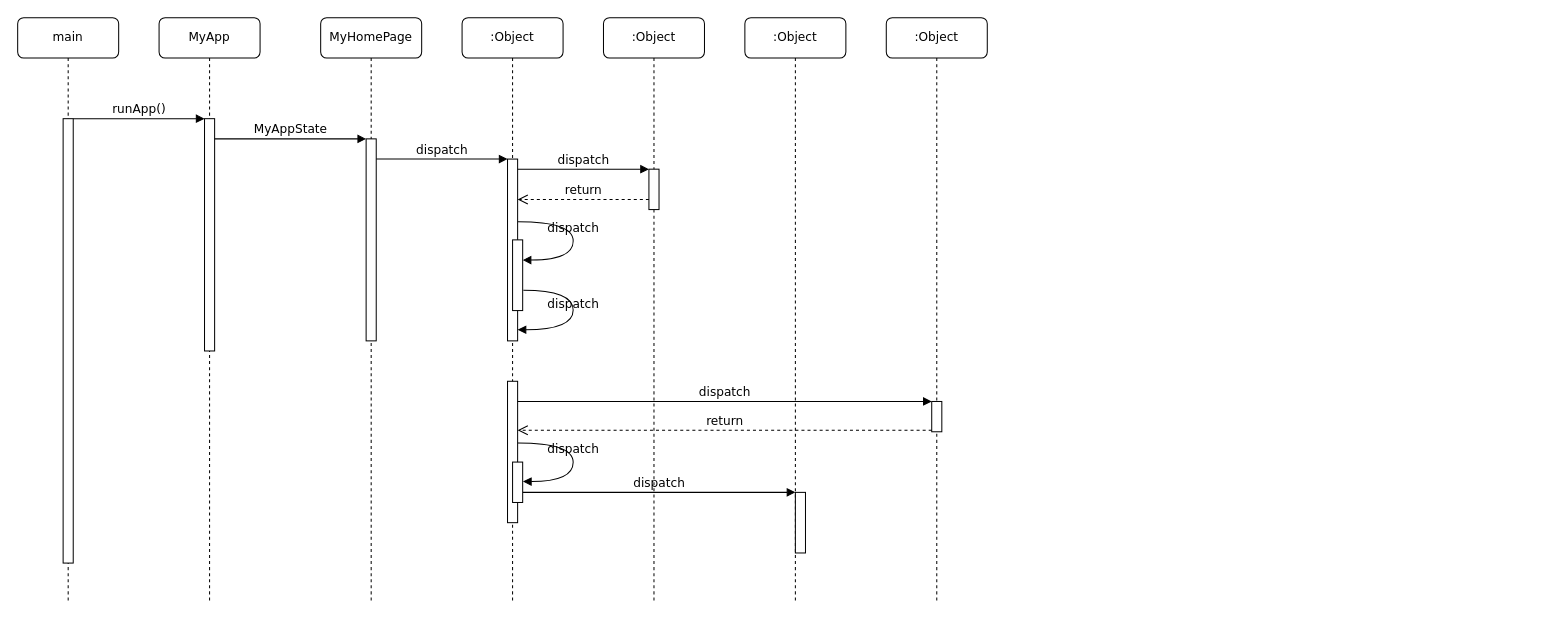
Earlier version of the draw.io diagram Untitled Diagram.drawio (Luppass/Hack_cheatsheet). Source tidied: cells renumbered, new cells numbered last; positions are measured from the earlier drawing's top-left corner, leaving out a move shared by most shapes. Both pictures are drawn from the tidied source at 101%, with x=0, y=0 at pixel (17, 17).
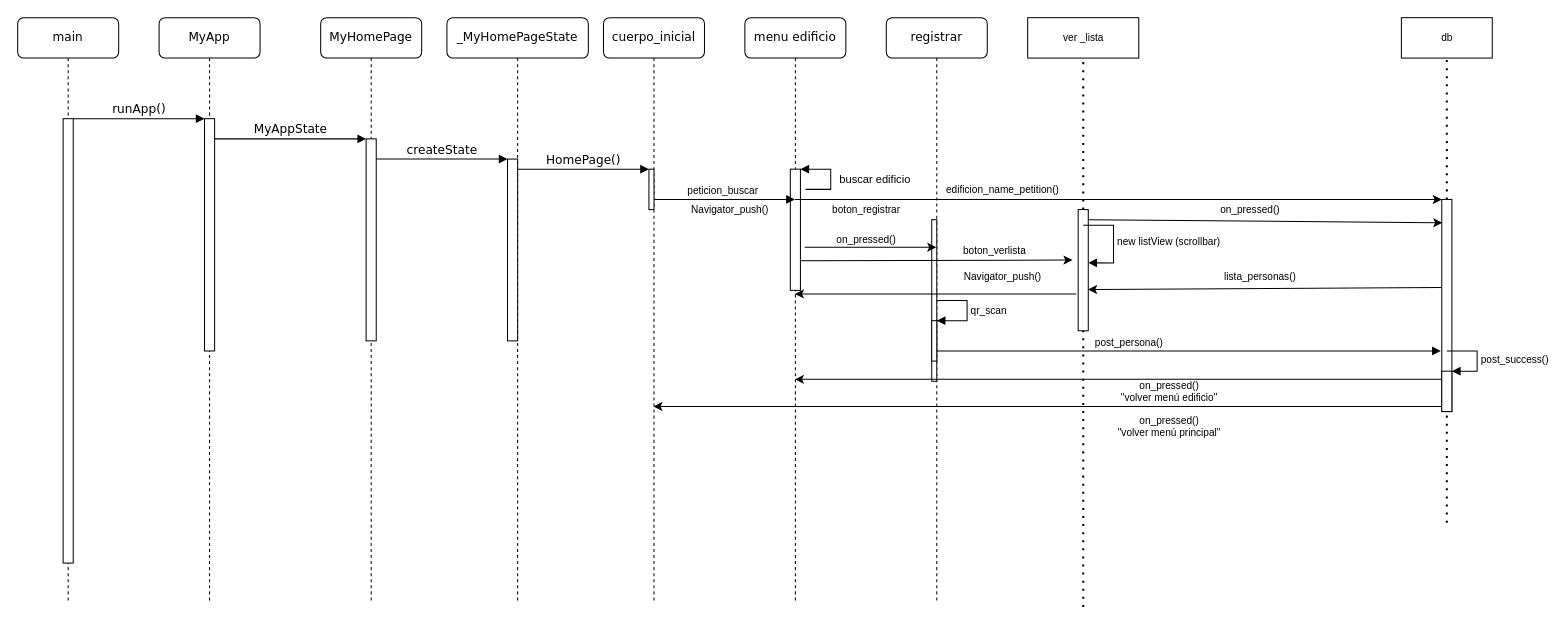
Above is the later version.

Unchanged cells that the change refers to:
```xml
<mxCell id="5" style="html=1;points=[];perimeter=orthogonalPerimeter;rounded=0;shadow=0;comic=0;labelBackgroundColor=none;strokeWidth=1;fontFamily=Verdana;fontSize=12;align=center;" parent="4" vertex="1">
  <mxGeometry x="45" y="120" width="10" height="200" as="geometry" />
</mxCell>
<mxCell id="12" style="html=1;points=[];perimeter=orthogonalPerimeter;rounded=0;shadow=0;comic=0;labelBackgroundColor=none;strokeWidth=1;fontFamily=Verdana;fontSize=12;align=center;" parent="1" vertex="1">
  <mxGeometry x="485" y="140" width="10" height="180" as="geometry" />
</mxCell>
```

Change to the diagram source:
```diff
@@
+    <mxCell id="8" value="menu edificio" style="shape=umlLifeline;perimeter=lifelinePerimeter;whiteSpace=wrap;html=1;outlineConnect=0;rounded=1;shadow=0;comic=0;labelBackgroundColor=none;strokeWidth=1;fontFamily=Verdana;fontSize=12;align=center;verticalAlign=middle;size=40;" parent="1" vertex="1">
+      <mxGeometry x="720" width="100" height="580" as="geometry" />
+    </mxCell>
+    <mxCell id="30" style="html=1;points=[];perimeter=orthogonalPerimeter;rounded=0;sketch=0;" parent="8" vertex="1">
+      <mxGeometry x="45" y="150" width="10" height="120" as="geometry" />
+    </mxCell>
+    <mxCell id="31" value="buscar edificio" style="edgeStyle=orthogonalEdgeStyle;html=1;align=left;spacingLeft=2;endArrow=block;rounded=0;entryX=1;entryY=0;sketch=0;curved=0;" parent="8" edge="1" target="30">
+      <mxGeometry x="-0.07" y="-5" relative="1" as="geometry">
+        <mxPoint x="60" y="170" as="sourcePoint" />
+        <Array as="points">
+          <mxPoint x="85" y="170" />
+        </Array>
+      </mxGeometry>
+    </mxCell>
@@
-    <mxCell id="6" value=":Object" style="shape=umlLifeline;perimeter=lifelinePerimeter;whiteSpace=wrap;html=1;rounded=1;shadow=0;comic=0;labelBackgroundColor=none;strokeWidth=1;fontFamily=Verdana;fontSize=12;align=center;" parent="1" vertex="1">
-      <mxGeometry x="440" width="100" height="580" as="geometry" />
+    <mxCell id="6" value="_MyHomePageState" style="shape=umlLifeline;perimeter=lifelinePerimeter;whiteSpace=wrap;html=1;rounded=1;shadow=0;comic=0;labelBackgroundColor=none;strokeWidth=1;fontFamily=Verdana;fontSize=12;align=center;" parent="1" vertex="1">
+      <mxGeometry x="425" width="140" height="580" as="geometry" />
     </mxCell>
-    <mxCell id="7" value=":Object" style="shape=umlLifeline;perimeter=lifelinePerimeter;whiteSpace=wrap;html=1;outlineConnect=0;rounded=1;shadow=0;comic=0;labelBackgroundColor=none;strokeWidth=1;fontFamily=Verdana;fontSize=12;align=center;" parent="1" vertex="1">
+    <mxCell id="7" value="cuerpo_inicial" style="shape=umlLifeline;perimeter=lifelinePerimeter;whiteSpace=wrap;html=1;outlineConnect=0;rounded=1;shadow=0;comic=0;labelBackgroundColor=none;strokeWidth=1;fontFamily=Verdana;fontSize=12;align=center;" parent="1" vertex="1">
       <mxGeometry x="580" width="100" height="580" as="geometry" />
     </mxCell>
-    <mxCell id="8" value=":Object" style="shape=umlLifeline;perimeter=lifelinePerimeter;whiteSpace=wrap;html=1;outlineConnect=0;rounded=1;shadow=0;comic=0;labelBackgroundColor=none;strokeWidth=1;fontFamily=Verdana;fontSize=12;align=center;" parent="1" vertex="1">
-      <mxGeometry x="720" width="100" height="580" as="geometry" />
-    </mxCell>
-    <mxCell id="9" value=":Object" style="shape=umlLifeline;perimeter=lifelinePerimeter;whiteSpace=wrap;html=1;outlineConnect=0;rounded=1;shadow=0;comic=0;labelBackgroundColor=none;strokeWidth=1;fontFamily=Verdana;fontSize=12;align=center;" parent="1" vertex="1">
+    <mxCell id="9" value="registrar" style="shape=umlLifeline;perimeter=lifelinePerimeter;whiteSpace=wrap;html=1;outlineConnect=0;rounded=1;shadow=0;comic=0;labelBackgroundColor=none;strokeWidth=1;fontFamily=Verdana;fontSize=12;align=center;" parent="1" vertex="1">
       <mxGeometry x="860" width="100" height="580" as="geometry" />
     </mxCell>
+    <mxCell id="32" style="rounded=0;whiteSpace=wrap;html=1;sketch=0;fontSize=10;" parent="9" vertex="1">
+      <mxGeometry x="45" y="200" width="5" height="160" as="geometry" />
+    </mxCell>
+    <mxCell id="33" style="html=1;points=[];perimeter=orthogonalPerimeter;rounded=0;sketch=0;fontSize=10;" parent="9" vertex="1">
+      <mxGeometry x="45" y="300" width="5" height="40" as="geometry" />
+    </mxCell>
+    <mxCell id="34" value="qr_scan" style="edgeStyle=orthogonalEdgeStyle;html=1;align=left;spacingLeft=2;endArrow=block;rounded=0;entryX=1;entryY=0;sketch=0;fontSize=10;curved=0;" parent="9" edge="1" target="33">
+      <mxGeometry relative="1" as="geometry">
+        <mxPoint x="50" y="280" as="sourcePoint" />
+        <Array as="points">
+          <mxPoint x="80" y="280" />
+        </Array>
+      </mxGeometry>
+    </mxCell>
@@
-    <mxCell id="13" value="dispatch" style="html=1;verticalAlign=bottom;endArrow=block;labelBackgroundColor=none;fontFamily=Verdana;fontSize=12;edgeStyle=elbowEdgeStyle;elbow=vertical;" parent="1" edge="1" source="5" target="12">
+    <mxCell id="13" value="createState" style="html=1;verticalAlign=bottom;endArrow=block;labelBackgroundColor=none;fontFamily=Verdana;fontSize=12;edgeStyle=elbowEdgeStyle;elbow=vertical;" parent="1" edge="1" source="5" target="12">
       <mxGeometry relative="1" as="geometry">
         <Array as="points">
           <mxPoint x="360" y="140" />
         </Array>
       </mxGeometry>
     </mxCell>
     <mxCell id="14" style="html=1;points=[];perimeter=orthogonalPerimeter;rounded=0;shadow=0;comic=0;labelBackgroundColor=none;strokeWidth=1;fontFamily=Verdana;fontSize=12;align=center;" parent="1" vertex="1">
-      <mxGeometry x="625" y="150" width="10" height="40" as="geometry" />
+      <mxGeometry x="625" y="150" width="5" height="40" as="geometry" />
     </mxCell>
-    <mxCell id="15" value="dispatch" style="html=1;verticalAlign=bottom;endArrow=block;entryX=0;entryY=0;labelBackgroundColor=none;fontFamily=Verdana;fontSize=12;edgeStyle=elbowEdgeStyle;elbow=vertical;" parent="1" edge="1" source="12" target="14">
+    <mxCell id="15" value="HomePage()" style="html=1;verticalAlign=bottom;endArrow=block;entryX=0;entryY=0;labelBackgroundColor=none;fontFamily=Verdana;fontSize=12;edgeStyle=elbowEdgeStyle;elbow=vertical;" parent="1" edge="1" source="12" target="14">
       <mxGeometry relative="1" as="geometry" />
     </mxCell>
-    <mxCell id="16" value="return" style="html=1;verticalAlign=bottom;endArrow=open;dashed=1;endSize=8;labelBackgroundColor=none;fontFamily=Verdana;fontSize=12;edgeStyle=elbowEdgeStyle;elbow=vertical;" parent="1" edge="1" source="14" target="12">
-      <mxGeometry relative="1" as="geometry">
-        <Array as="points">
-          <mxPoint x="570" y="180" />
-          <mxPoint x="600" y="180" />
-        </Array>
-      </mxGeometry>
-    </mxCell>
-    <mxCell id="17" style="html=1;points=[];perimeter=orthogonalPerimeter;rounded=0;shadow=0;comic=0;labelBackgroundColor=none;strokeWidth=1;fontFamily=Verdana;fontSize=12;align=center;" parent="1" vertex="1">
-      <mxGeometry x="485" y="360" width="10" height="140" as="geometry" />
-    </mxCell>
-    <mxCell id="18" style="html=1;points=[];perimeter=orthogonalPerimeter;rounded=0;shadow=0;comic=0;labelBackgroundColor=none;strokeColor=#000000;strokeWidth=1;fillColor=#FFFFFF;fontFamily=Verdana;fontSize=12;fontColor=#000000;align=center;" parent="1" vertex="1">
-      <mxGeometry x="905" y="380" width="10" height="30" as="geometry" />
-    </mxCell>
-    <mxCell id="19" value="dispatch" style="html=1;verticalAlign=bottom;endArrow=block;entryX=0;entryY=0;labelBackgroundColor=none;fontFamily=Verdana;fontSize=12;" parent="1" edge="1" source="17" target="18">
-      <mxGeometry relative="1" as="geometry" />
-    </mxCell>
-    <mxCell id="20" value="return" style="html=1;verticalAlign=bottom;endArrow=open;dashed=1;endSize=8;exitX=0;exitY=0.95;labelBackgroundColor=none;fontFamily=Verdana;fontSize=12;" parent="1" edge="1" source="18" target="17">
-      <mxGeometry relative="1" as="geometry" />
-    </mxCell>
-    <mxCell id="21" style="html=1;points=[];perimeter=orthogonalPerimeter;rounded=0;shadow=0;comic=0;labelBackgroundColor=none;strokeWidth=1;fontFamily=Verdana;fontSize=12;align=center;" parent="1" vertex="1">
-      <mxGeometry x="770" y="470" width="10" height="60" as="geometry" />
-    </mxCell>
-    <mxCell id="22" value="dispatch" style="html=1;verticalAlign=bottom;endArrow=block;entryX=0;entryY=0;labelBackgroundColor=none;fontFamily=Verdana;fontSize=12;edgeStyle=elbowEdgeStyle;elbow=vertical;" parent="1" edge="1" source="28" target="21">
-      <mxGeometry relative="1" as="geometry" />
-    </mxCell>
@@
-    <mxCell id="25" style="html=1;points=[];perimeter=orthogonalPerimeter;rounded=0;shadow=0;comic=0;labelBackgroundColor=none;strokeWidth=1;fontFamily=Verdana;fontSize=12;align=center;" parent="1" vertex="1">
-      <mxGeometry x="490" y="220" width="10" height="70" as="geometry" />
-    </mxCell>
-    <mxCell id="26" value="dispatch" style="html=1;verticalAlign=bottom;endArrow=block;labelBackgroundColor=none;fontFamily=Verdana;fontSize=12;elbow=vertical;edgeStyle=orthogonalEdgeStyle;curved=1;entryX=1;entryY=0.286;entryPerimeter=0;exitX=1.038;exitY=0.345;exitPerimeter=0;" parent="1" edge="1" source="12" target="25">
-      <mxGeometry relative="1" as="geometry">
-        <Array as="points">
-          <mxPoint x="550" y="202" />
-          <mxPoint x="550" y="240" />
-        </Array>
-      </mxGeometry>
-    </mxCell>
-    <mxCell id="27" value="dispatch" style="html=1;verticalAlign=bottom;endArrow=block;labelBackgroundColor=none;fontFamily=Verdana;fontSize=12;elbow=vertical;edgeStyle=orthogonalEdgeStyle;curved=1;exitX=1.066;exitY=0.713;exitPerimeter=0;" parent="1" edge="1" source="25">
-      <mxGeometry relative="1" as="geometry">
-        <mxPoint x="495" y="309" as="targetPoint" />
-        <Array as="points">
-          <mxPoint x="550" y="270" />
-          <mxPoint x="550" y="309" />
-        </Array>
-      </mxGeometry>
-    </mxCell>
-    <mxCell id="28" style="html=1;points=[];perimeter=orthogonalPerimeter;rounded=0;shadow=0;comic=0;labelBackgroundColor=none;strokeWidth=1;fontFamily=Verdana;fontSize=12;align=center;" parent="1" vertex="1">
-      <mxGeometry x="490" y="440" width="10" height="40" as="geometry" />
-    </mxCell>
-    <mxCell id="29" value="dispatch" style="html=1;verticalAlign=bottom;endArrow=block;labelBackgroundColor=none;fontFamily=Verdana;fontSize=12;elbow=vertical;edgeStyle=orthogonalEdgeStyle;curved=1;entryX=1;entryY=0.286;entryPerimeter=0;exitX=1.038;exitY=0.345;exitPerimeter=0;" parent="1" edge="1">
-      <mxGeometry relative="1" as="geometry">
-        <mxPoint x="495.3" y="421" as="sourcePoint" />
-        <mxPoint x="500.3" y="459.3" as="targetPoint" />
-        <Array as="points">
-          <mxPoint x="550" y="421" />
-          <mxPoint x="550" y="459" />
-        </Array>
-      </mxGeometry>
-    </mxCell>
+    <mxCell id="35" style="html=1;verticalAlign=bottom;endArrow=block;labelBackgroundColor=none;fontFamily=Verdana;fontSize=12;edgeStyle=elbowEdgeStyle;elbow=vertical;" parent="1" edge="1" target="8">
+      <mxGeometry relative="1" as="geometry">
+        <mxPoint x="630" y="180" as="sourcePoint" />
+      </mxGeometry>
+    </mxCell>
+    <mxCell id="36" value="peticion_buscar" style="edgeLabel;html=1;align=center;verticalAlign=middle;fontSize=10;" parent="35" vertex="1">
+      <mxGeometry x="-0.04" y="3" relative="1" as="geometry">
+        <mxPoint y="-7" as="offset" />
+      </mxGeometry>
+    </mxCell>
+    <mxCell id="37" value="ver _lista" style="html=1;rounded=0;sketch=0;fontSize=10;" parent="1" vertex="1">
+      <mxGeometry x="1000" width="110" height="40" as="geometry" />
+    </mxCell>
+    <mxCell id="38" style="endArrow=none;dashed=1;html=1;dashPattern=1 3;strokeWidth=2;rounded=1;sketch=0;fontSize=10;curved=0;entryX=0.5;entryY=1;entryDx=0;entryDy=0;startArrow=none;" parent="1" edge="1" source="43" target="37">
+      <mxGeometry relative="1" as="geometry" />
+    </mxCell>
+    <mxCell id="39" style="endArrow=classic;html=1;rounded=1;sketch=0;fontSize=10;curved=0;exitX=1.42;exitY=0.644;exitDx=0;exitDy=0;exitPerimeter=0;" parent="1" edge="1" source="30" target="9">
+      <mxGeometry relative="1" as="geometry" />
+    </mxCell>
+    <mxCell id="40" value="boton_registrar" style="text;html=1;align=center;verticalAlign=middle;strokeColor=none;fillColor=none;fontSize=10;" parent="1" vertex="1">
+      <mxGeometry x="800" y="180" width="80" height="20" as="geometry" />
+    </mxCell>
+    <mxCell id="41" style="endArrow=classic;html=1;rounded=1;sketch=0;fontSize=10;curved=0;exitX=1.26;exitY=0.991;exitDx=0;exitDy=0;exitPerimeter=0;entryX=-0.35;entryY=0.404;entryDx=0;entryDy=0;entryPerimeter=0;" parent="1" edge="1">
+      <mxGeometry relative="1" as="geometry">
+        <mxPoint x="775.5" y="240.7" as="sourcePoint" />
+        <mxPoint x="1044.4" y="240" as="targetPoint" />
+      </mxGeometry>
+    </mxCell>
+    <mxCell id="42" value="boton_verlista" style="edgeLabel;html=1;align=center;verticalAlign=middle;fontSize=10;" parent="41" vertex="1">
+      <mxGeometry x="-0.68" y="4" relative="1" as="geometry">
+        <mxPoint x="148" y="-7" as="offset" />
+      </mxGeometry>
+    </mxCell>
+    <mxCell id="43" style="rounded=0;whiteSpace=wrap;html=1;sketch=0;fontSize=10;" parent="1" vertex="1">
+      <mxGeometry x="1050" y="190" width="10" height="120" as="geometry" />
+    </mxCell>
+    <mxCell id="44" style="endArrow=none;dashed=1;html=1;dashPattern=1 3;strokeWidth=2;rounded=1;sketch=0;fontSize=10;curved=0;entryX=0.5;entryY=1;entryDx=0;entryDy=0;" parent="1" edge="1" target="43">
+      <mxGeometry relative="1" as="geometry">
+        <mxPoint x="1055" y="583.4" as="sourcePoint" />
+      </mxGeometry>
+    </mxCell>
+    <mxCell id="45" style="html=1;points=[];perimeter=orthogonalPerimeter;rounded=0;sketch=0;fontSize=10;" parent="1" vertex="1">
+      <mxGeometry x="1060" y="220" height="45.5" as="geometry" />
+    </mxCell>
+    <mxCell id="46" value="new listView (scrollbar)" style="edgeStyle=orthogonalEdgeStyle;html=1;align=left;spacingLeft=2;endArrow=block;rounded=0;entryX=1;entryY=0;sketch=0;fontSize=10;curved=0;" parent="1" edge="1" target="45">
+      <mxGeometry relative="1" as="geometry">
+        <mxPoint x="1055" y="205.5" as="sourcePoint" />
+        <Array as="points">
+          <mxPoint x="1085" y="205.5" />
+        </Array>
+      </mxGeometry>
+    </mxCell>
+    <mxCell id="47" value="Navigator_push()" style="text;html=1;align=center;verticalAlign=middle;strokeColor=none;fillColor=none;fontSize=10;" parent="1" vertex="1">
+      <mxGeometry x="660" y="180" width="90" height="20" as="geometry" />
+    </mxCell>
+    <mxCell id="48" value="Navigator_push()" style="text;html=1;align=center;verticalAlign=middle;strokeColor=none;fillColor=none;fontSize=10;" parent="1" vertex="1">
+      <mxGeometry x="930" y="245.5" width="90" height="20" as="geometry" />
+    </mxCell>
+    <mxCell id="49" value="on_pressed()" style="text;html=1;align=center;verticalAlign=middle;strokeColor=none;fillColor=none;fontSize=10;" parent="1" vertex="1">
+      <mxGeometry x="805" y="210" width="70" height="20" as="geometry" />
+    </mxCell>
+    <mxCell id="50" value="post_persona()" style="endArrow=block;endFill=1;html=1;edgeStyle=orthogonalEdgeStyle;align=left;verticalAlign=top;rounded=1;sketch=0;fontSize=10;curved=0;" parent="1" edge="1">
+      <mxGeometry x="-0.38" y="20" relative="1" as="geometry">
+        <mxPoint x="910" y="330" as="sourcePoint" />
+        <mxPoint x="1409" y="330" as="targetPoint" />
+      </mxGeometry>
+    </mxCell>
+    <mxCell id="51" value="db" style="html=1;rounded=0;sketch=0;fontSize=10;" parent="1" vertex="1">
+      <mxGeometry x="1370" width="90" height="40" as="geometry" />
+    </mxCell>
+    <mxCell id="52" style="endArrow=none;dashed=1;html=1;dashPattern=1 3;strokeWidth=2;rounded=1;sketch=0;fontSize=10;curved=0;entryX=0.5;entryY=1;entryDx=0;entryDy=0;startArrow=none;" parent="1" edge="1" source="53" target="51">
+      <mxGeometry relative="1" as="geometry" />
+    </mxCell>
+    <mxCell id="53" style="rounded=0;whiteSpace=wrap;html=1;sketch=0;fontSize=10;" parent="1" vertex="1">
+      <mxGeometry x="1410" y="180" width="10" height="210" as="geometry" />
+    </mxCell>
+    <mxCell id="54" style="endArrow=none;dashed=1;html=1;dashPattern=1 3;strokeWidth=2;rounded=1;sketch=0;fontSize=10;curved=0;entryX=0.5;entryY=1;entryDx=0;entryDy=0;" parent="1" edge="1" target="53">
+      <mxGeometry relative="1" as="geometry">
+        <mxPoint x="1415" y="500" as="sourcePoint" />
+      </mxGeometry>
+    </mxCell>
+    <mxCell id="55" style="endArrow=classic;html=1;rounded=1;sketch=0;fontSize=10;curved=0;exitX=-0.04;exitY=0.415;exitDx=0;exitDy=0;entryX=0.983;entryY=0.66;entryDx=0;entryDy=0;entryPerimeter=0;exitPerimeter=0;" parent="1" edge="1" source="53" target="43">
+      <mxGeometry relative="1" as="geometry" />
+    </mxCell>
+    <mxCell id="56" value="lista_personas()" style="text;html=1;align=center;verticalAlign=middle;strokeColor=none;fillColor=none;fontSize=10;" parent="1" vertex="1">
+      <mxGeometry x="1185" y="245.5" width="90" height="20" as="geometry" />
+    </mxCell>
+    <mxCell id="57" style="endArrow=classic;html=1;rounded=1;sketch=0;fontSize=10;curved=0;entryX=0.05;entryY=0.11;entryDx=0;entryDy=0;entryPerimeter=0;" parent="1" edge="1" target="53">
+      <mxGeometry relative="1" as="geometry">
+        <mxPoint x="1060" y="200" as="sourcePoint" />
+      </mxGeometry>
+    </mxCell>
+    <mxCell id="58" value="on_pressed()" style="text;html=1;align=center;verticalAlign=middle;strokeColor=none;fillColor=none;fontSize=10;" parent="1" vertex="1">
+      <mxGeometry x="1185" y="180" width="70" height="20" as="geometry" />
+    </mxCell>
+    <mxCell id="59" style="endArrow=classic;html=1;rounded=1;sketch=0;fontSize=10;curved=0;entryX=0;entryY=0;entryDx=0;entryDy=0;" parent="1" edge="1" source="8" target="53">
+      <mxGeometry relative="1" as="geometry" />
+    </mxCell>
+    <mxCell id="60" value="edificion_name_petition()" style="text;html=1;align=center;verticalAlign=middle;strokeColor=none;fillColor=none;fontSize=10;" parent="1" vertex="1">
+      <mxGeometry x="910" y="160" width="130" height="20" as="geometry" />
+    </mxCell>
+    <mxCell id="61" style="endArrow=classic;html=1;rounded=1;sketch=0;fontSize=10;curved=0;exitX=-0.193;exitY=0.696;exitDx=0;exitDy=0;exitPerimeter=0;" parent="1" edge="1" source="43" target="8">
+      <mxGeometry relative="1" as="geometry" />
+    </mxCell>
+    <mxCell id="62" style="endArrow=classic;html=1;rounded=1;sketch=0;fontSize=10;curved=0;exitX=0.135;exitY=0.848;exitDx=0;exitDy=0;exitPerimeter=0;" parent="1" edge="1" source="53" target="8">
+      <mxGeometry relative="1" as="geometry" />
+    </mxCell>
+    <mxCell id="63" value="on_pressed()&lt;br&gt;&quot;volver menú edificio&quot;" style="text;html=1;align=center;verticalAlign=middle;strokeColor=none;fillColor=none;fontSize=10;" parent="1" vertex="1">
+      <mxGeometry x="1085" y="355" width="110" height="30" as="geometry" />
+    </mxCell>
+    <mxCell id="64" style="html=1;points=[];perimeter=orthogonalPerimeter;rounded=0;sketch=0;fontSize=10;" parent="1" vertex="1">
+      <mxGeometry x="1410" y="350" width="10" height="40" as="geometry" />
+    </mxCell>
+    <mxCell id="65" value="post_success()" style="edgeStyle=orthogonalEdgeStyle;html=1;align=left;spacingLeft=2;endArrow=block;rounded=0;entryX=1;entryY=0;sketch=0;fontSize=10;curved=0;" parent="1" edge="1" target="64">
+      <mxGeometry relative="1" as="geometry">
+        <mxPoint x="1415" y="330" as="sourcePoint" />
+        <Array as="points">
+          <mxPoint x="1445" y="330" />
+        </Array>
+      </mxGeometry>
+    </mxCell>
+    <mxCell id="66" style="endArrow=classic;html=1;rounded=1;sketch=0;fontSize=10;curved=0;exitX=0.135;exitY=0.848;exitDx=0;exitDy=0;exitPerimeter=0;" parent="1" edge="1" target="7">
+      <mxGeometry relative="1" as="geometry">
+        <mxPoint x="1410" y="385" as="sourcePoint" />
+      </mxGeometry>
+    </mxCell>
+    <mxCell id="67" value="on_pressed()&lt;br&gt;&quot;volver menú principal&quot;" style="text;html=1;align=center;verticalAlign=middle;strokeColor=none;fillColor=none;fontSize=10;" parent="1" vertex="1">
+      <mxGeometry x="1080" y="390" width="120" height="30" as="geometry" />
+    </mxCell>
```
